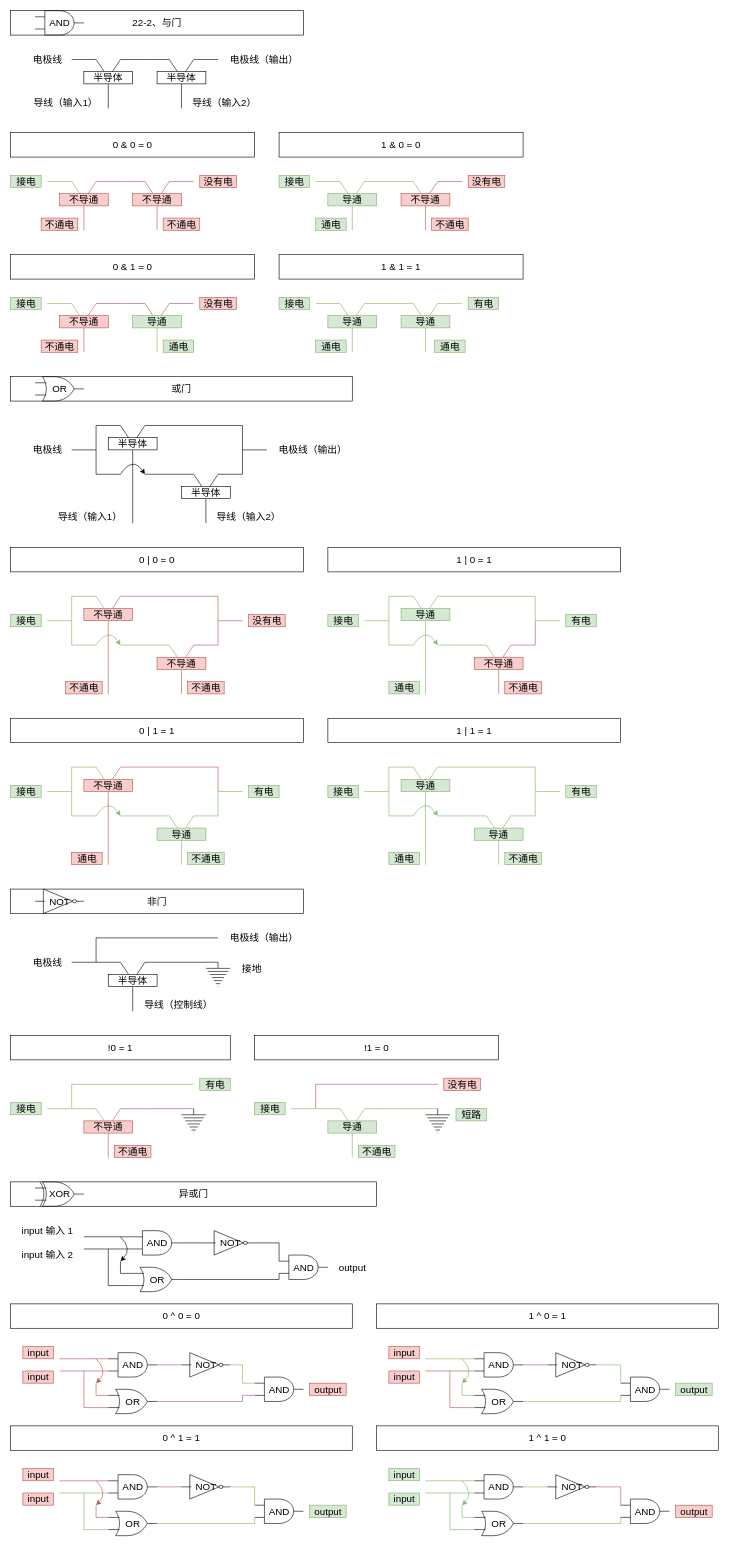
Before: content/post/computer-science/hardware/逻辑门.drawio in KelipuTe/note, a draw.io diagram. Source tidied: cells renumbered, new cells numbered last; positions are measured from the earlier drawing's top-left corner, leaving out a move shared by most shapes. Both pictures are drawn from the tidied source at 61%, with x=0, y=0 at pixel (10, 10).
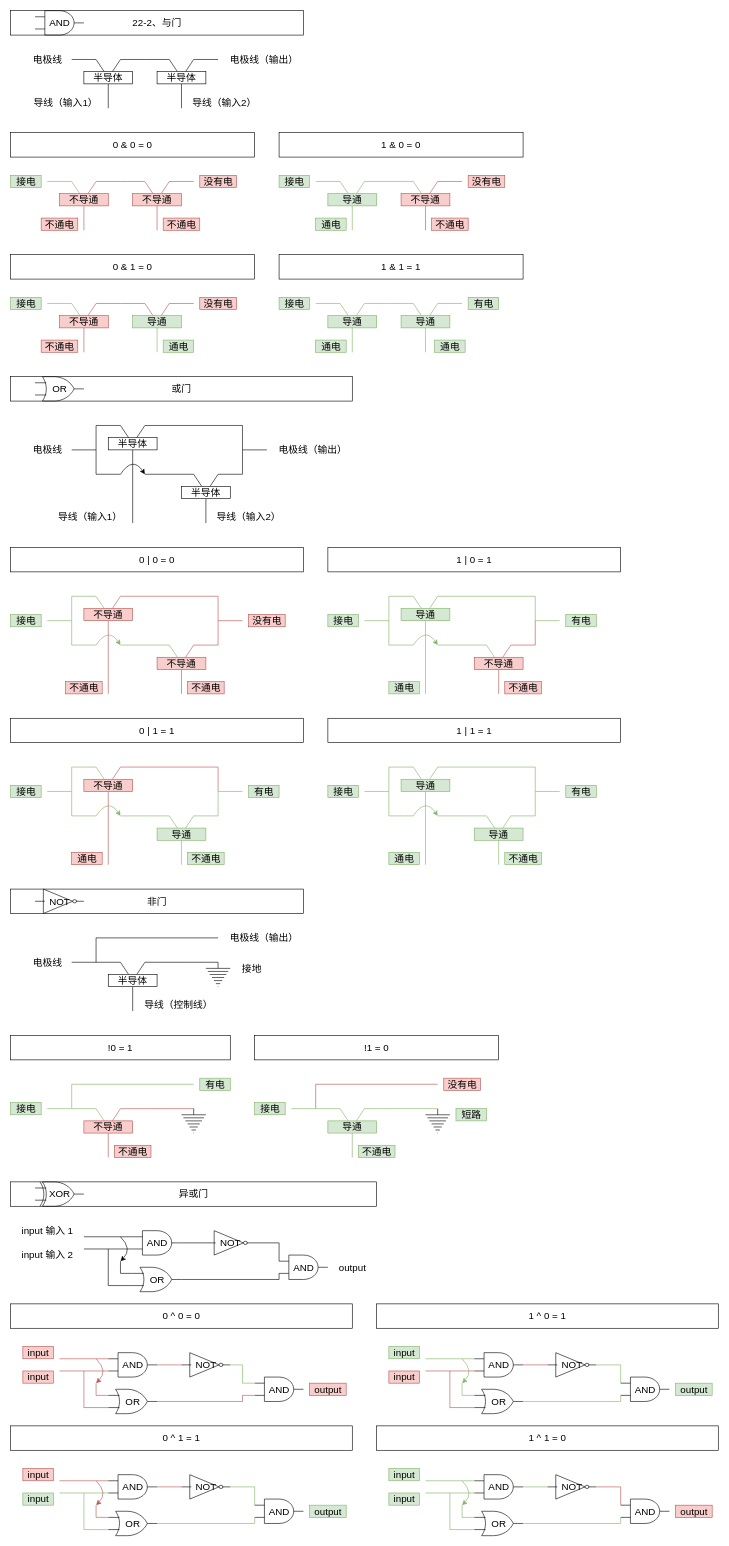
After the change.

The edit, as a diff of the source:
```diff
@@
-    <mxCell id="60" value="input" style="text;html=1;align=center;verticalAlign=middle;strokeColor=#b85450;fillColor=#f8cecc;fontSize=16;" parent="1" vertex="1">
+    <mxCell id="60" value="input" style="text;html=1;align=center;verticalAlign=middle;strokeColor=#82b366;fillColor=#d5e8d4;fontSize=16;" parent="1" vertex="1">
       <mxGeometry x="620" y="2190" width="50" height="20" as="geometry" />
     </mxCell>
@@
-    <mxCell id="77" value="input" style="text;html=1;align=center;verticalAlign=middle;strokeColor=#b85450;fillColor=#f8cecc;fontSize=16;" parent="1" vertex="1">
+    <mxCell id="77" value="input" style="text;html=1;align=center;verticalAlign=middle;strokeColor=#82b366;fillColor=#d5e8d4;fontSize=16;" parent="1" vertex="1">
       <mxGeometry x="20" y="2430" width="50" height="20" as="geometry" />
     </mxCell>
```
